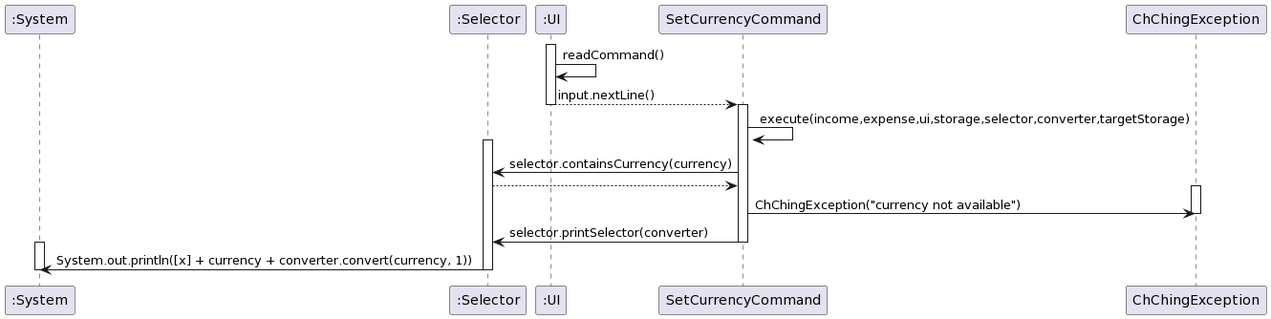
This is docs/images/SetCurrencyCommand_sequence_diagram.png from nus-cs2113-AY2223S2/tp, a PlantUML export, as it was before one commit.
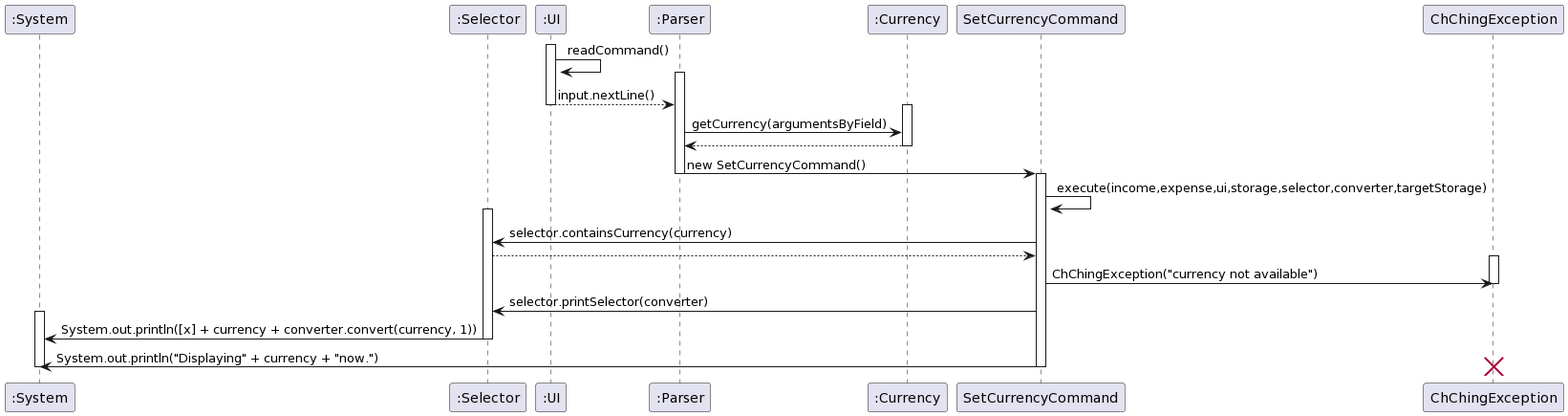
Later version of the same file.

Change to the diagram source:
```diff
@@ -2,13 +2,25 @@
 participant ":System" as System
 participant ":Selector" as Selector
 participant ":UI" as UI
+participant ":Parser" as Parser
+participant ":Currency" as Currency
 participant "SetCurrencyCommand" as SetCurrencyCommand
 participant "ChChingException" as ChChingException
 
 activate UI
 UI -> UI:readCommand()
-UI -->SetCurrencyCommand: input.nextLine()
+
+activate Parser
+UI -->Parser: input.nextLine()
 deactivate UI
+
+activate Currency
+Parser -> Currency: getCurrency(argumentsByField)
+Parser <-- Currency
+deactivate Currency
+
+Parser -> SetCurrencyCommand: new SetCurrencyCommand()
+deactivate Parser
 
 activate SetCurrencyCommand
 SetCurrencyCommand -> SetCurrencyCommand: execute(income,expense,ui,storage,selector,converter,targetStorage)
@@ -21,11 +33,16 @@
 deactivate ChChingException
 
 Selector <- SetCurrencyCommand: selector.printSelector(converter)
-deactivate SetCurrencyCommand
 
 activate System
 System <- Selector: System.out.println([x] + currency + converter.convert(currency, 1))
+deactivate Selector
+
+System <- SetCurrencyCommand: System.out.println("Displaying" + currency + "now.")
+deactivate SetCurrencyCommand
 deactivate System
 
 deactivate Selector
+
+destroy ChChingException
 @enduml
```
